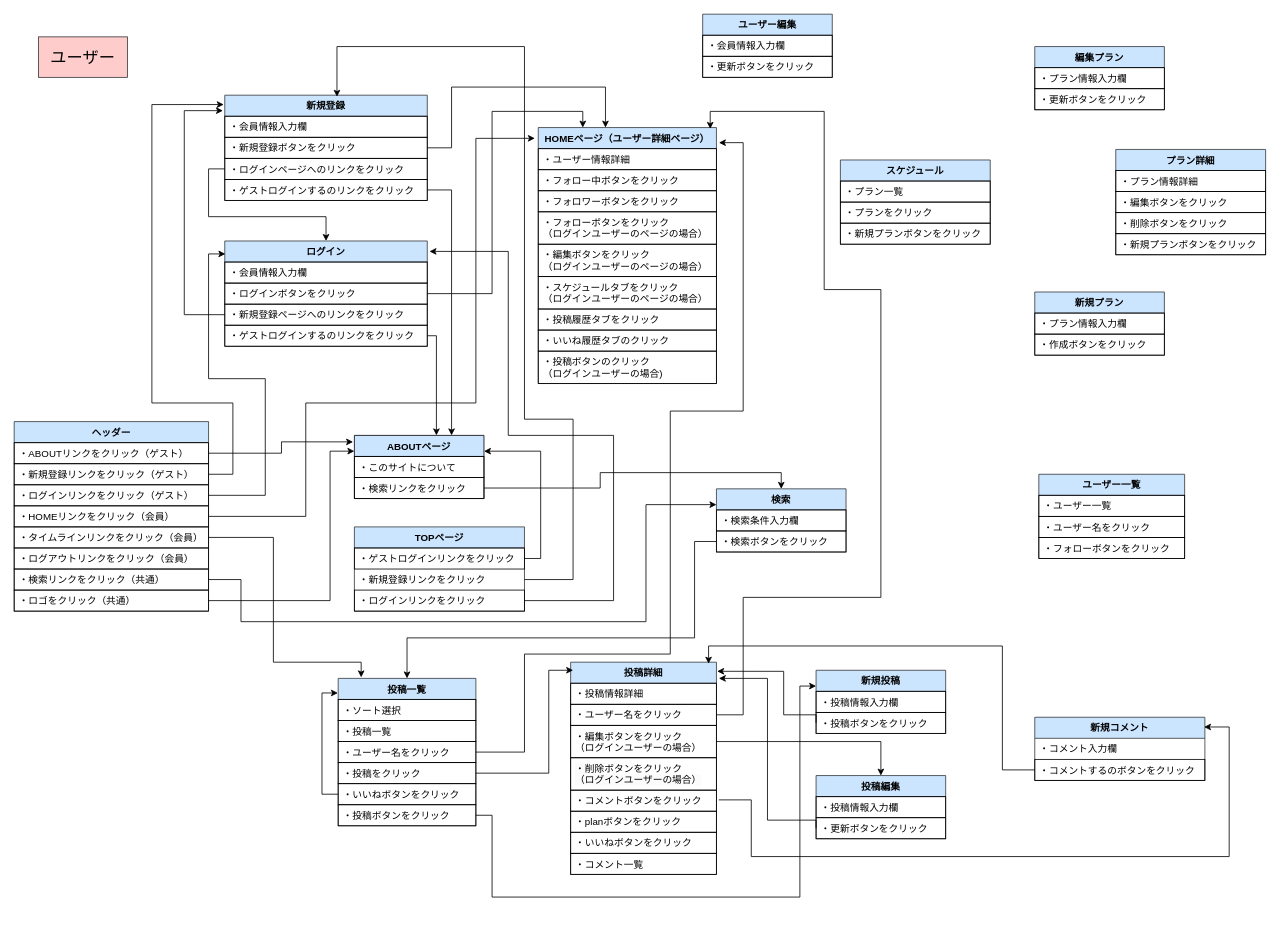
Before: page "user" (1 of 2) of ui_flows.drawio in JunkiYuasa/trip_planning, a draw.io diagram. Source tidied: cells renumbered, new cells numbered last; positions are measured from the earlier drawing's top-left corner, leaving out a move shared by most shapes. Both pictures are drawn from the tidied source at 81%, with x=0, y=0 at pixel (14, 14).
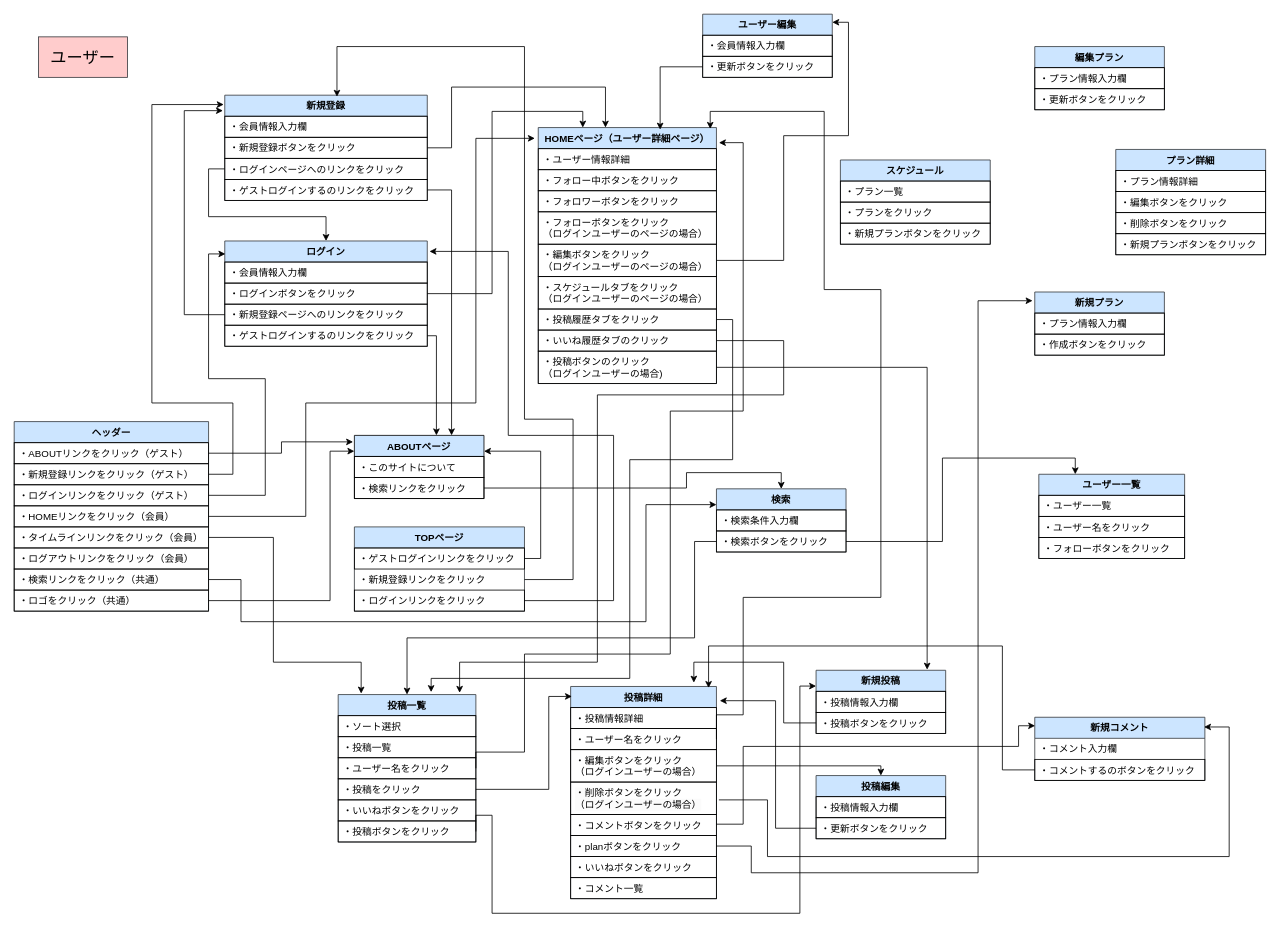
After the change.

Commit message (it also covers changes not shown here):
ui_flows.drawio を更新します

The change refers to these unchanged cells:
```xml
<mxCell id="23" value="・検索リンクをクリック" style="text;strokeColor=default;fillColor=none;align=left;verticalAlign=top;spacingLeft=4;spacingRight=4;overflow=hidden;points=[[0,0.5],[1,0.5]];portConstraint=eastwest;whiteSpace=wrap;html=1;fontFamily=Helvetica;fontSize=12;fontColor=default;" parent="21" vertex="1">
  <mxGeometry y="52" width="160" height="26" as="geometry" />
</mxCell>
<mxCell id="29" value="HOMEページ（ユーザー詳細ページ）" style="swimlane;fontStyle=1;align=center;verticalAlign=top;horizontal=1;startSize=26;whiteSpace=wrap;html=1;strokeColor=#36393d;spacingLeft=4;spacingRight=4;fontFamily=Helvetica;fontSize=12;fillColor=#cce5ff;" parent="1" vertex="1">
  <mxGeometry x="647" y="140" width="220" height="316" as="geometry" />
</mxCell>
<mxCell id="34" value="・編集ボタンをクリック&lt;div&gt;（ログインユーザーのページの場合）&lt;br&gt;&lt;/div&gt;" style="text;strokeColor=default;fillColor=none;align=left;verticalAlign=top;spacingLeft=4;spacingRight=4;overflow=hidden;points=[[0,0.5],[1,0.5]];portConstraint=eastwest;whiteSpace=wrap;html=1;fontFamily=Helvetica;fontSize=12;fontColor=default;" parent="29" vertex="1">
  <mxGeometry y="144" width="220" height="40" as="geometry" />
</mxCell>
<mxCell id="36" value="・投稿履歴タブをクリック" style="text;strokeColor=default;fillColor=none;align=left;verticalAlign=top;spacingLeft=4;spacingRight=4;overflow=hidden;points=[[0,0.5],[1,0.5]];portConstraint=eastwest;whiteSpace=wrap;html=1;fontFamily=Helvetica;fontSize=12;fontColor=default;" parent="29" vertex="1">
  <mxGeometry y="224" width="220" height="26" as="geometry" />
</mxCell>
<mxCell id="37" value="・いいね履歴タブのクリック" style="text;strokeColor=default;fillColor=none;align=left;verticalAlign=top;spacingLeft=4;spacingRight=4;overflow=hidden;points=[[0,0.5],[1,0.5]];portConstraint=eastwest;whiteSpace=wrap;html=1;fontFamily=Helvetica;fontSize=12;fontColor=default;" parent="29" vertex="1">
  <mxGeometry y="250" width="220" height="26" as="geometry" />
</mxCell>
<mxCell id="38" value="・投稿ボタンのクリック&lt;div&gt;（ログインユーザーの場合)&lt;/div&gt;" style="text;strokeColor=default;fillColor=none;align=left;verticalAlign=top;spacingLeft=4;spacingRight=4;overflow=hidden;points=[[0,0.5],[1,0.5]];portConstraint=eastwest;whiteSpace=wrap;html=1;fontFamily=Helvetica;fontSize=12;fontColor=default;" parent="29" vertex="1">
  <mxGeometry y="276" width="220" height="40" as="geometry" />
</mxCell>
<mxCell id="43" value="・投稿をクリック" style="text;strokeColor=default;fillColor=none;align=left;verticalAlign=top;spacingLeft=4;spacingRight=4;overflow=hidden;points=[[0,0.5],[1,0.5]];portConstraint=eastwest;whiteSpace=wrap;html=1;fontFamily=Helvetica;fontSize=12;fontColor=default;" parent="39" vertex="1">
  <mxGeometry y="104" width="170" height="26" as="geometry" />
</mxCell>
<mxCell id="44" value="・いいねボタンをクリック" style="text;strokeColor=default;fillColor=none;align=left;verticalAlign=top;spacingLeft=4;spacingRight=4;overflow=hidden;points=[[0,0.5],[1,0.5]];portConstraint=eastwest;whiteSpace=wrap;html=1;fontFamily=Helvetica;fontSize=12;fontColor=default;" parent="39" vertex="1">
  <mxGeometry y="130" width="170" height="26" as="geometry" />
</mxCell>
<mxCell id="45" value="・投稿ボタンをクリック" style="text;strokeColor=default;fillColor=none;align=left;verticalAlign=top;spacingLeft=4;spacingRight=4;overflow=hidden;points=[[0,0.5],[1,0.5]];portConstraint=eastwest;whiteSpace=wrap;html=1;fontFamily=Helvetica;fontSize=12;fontColor=default;" parent="39" vertex="1">
  <mxGeometry y="156" width="170" height="26" as="geometry" />
</mxCell>
<mxCell id="50" value="・編集ボタンをクリック&lt;div&gt;（ログインユーザーの場合）&lt;/div&gt;" style="text;strokeColor=default;fillColor=none;align=left;verticalAlign=top;spacingLeft=4;spacingRight=4;overflow=hidden;points=[[0,0.5],[1,0.5]];portConstraint=eastwest;whiteSpace=wrap;html=1;fontFamily=Helvetica;fontSize=12;fontColor=default;" parent="47" vertex="1">
  <mxGeometry y="78" width="180" height="40" as="geometry" />
</mxCell>
<mxCell id="53" value="・planボタンをクリック" style="text;strokeColor=default;fillColor=none;align=left;verticalAlign=top;spacingLeft=4;spacingRight=4;overflow=hidden;points=[[0,0.5],[1,0.5]];portConstraint=eastwest;whiteSpace=wrap;html=1;fontFamily=Helvetica;fontSize=12;fontColor=default;" parent="47" vertex="1">
  <mxGeometry y="184" width="180" height="26" as="geometry" />
</mxCell>
<mxCell id="56" value="投稿編集" style="swimlane;fontStyle=1;align=center;verticalAlign=top;horizontal=1;startSize=26;whiteSpace=wrap;html=1;strokeColor=#36393d;spacingLeft=4;spacingRight=4;fontFamily=Helvetica;fontSize=12;fillColor=#cce5ff;" parent="1" vertex="1">
  <mxGeometry x="990" y="940" width="160" height="78" as="geometry" />
</mxCell>
<mxCell id="58" value="・更新ボタンをクリック" style="text;strokeColor=default;fillColor=none;align=left;verticalAlign=top;spacingLeft=4;spacingRight=4;overflow=hidden;points=[[0,0.5],[1,0.5]];portConstraint=eastwest;whiteSpace=wrap;html=1;fontFamily=Helvetica;fontSize=12;fontColor=default;" parent="56" vertex="1">
  <mxGeometry y="52" width="160" height="26" as="geometry" />
</mxCell>
<mxCell id="59" value="新規投稿" style="swimlane;fontStyle=1;align=center;verticalAlign=top;horizontal=1;startSize=26;whiteSpace=wrap;html=1;strokeColor=#36393d;spacingLeft=4;spacingRight=4;fontFamily=Helvetica;fontSize=12;fillColor=#cce5ff;" parent="1" vertex="1">
  <mxGeometry x="990" y="810" width="160" height="78" as="geometry" />
</mxCell>
<mxCell id="61" value="・投稿ボタンをクリック" style="text;strokeColor=default;fillColor=none;align=left;verticalAlign=top;spacingLeft=4;spacingRight=4;overflow=hidden;points=[[0,0.5],[1,0.5]];portConstraint=eastwest;whiteSpace=wrap;html=1;fontFamily=Helvetica;fontSize=12;fontColor=default;" parent="59" vertex="1">
  <mxGeometry y="52" width="160" height="26" as="geometry" />
</mxCell>
<mxCell id="62" value="ユーザー一覧" style="swimlane;fontStyle=1;align=center;verticalAlign=top;horizontal=1;startSize=26;whiteSpace=wrap;html=1;strokeColor=#36393d;spacingLeft=4;spacingRight=4;fontFamily=Helvetica;fontSize=12;fillColor=#cce5ff;" parent="1" vertex="1">
  <mxGeometry x="1265" y="568" width="180" height="104" as="geometry" />
</mxCell>
<mxCell id="66" value="ユーザー編集" style="swimlane;fontStyle=1;align=center;verticalAlign=top;horizontal=1;startSize=26;whiteSpace=wrap;html=1;strokeColor=#36393d;spacingLeft=4;spacingRight=4;fontFamily=Helvetica;fontSize=12;fillColor=#cce5ff;" parent="1" vertex="1">
  <mxGeometry x="850" width="160" height="78" as="geometry" />
</mxCell>
<mxCell id="68" value="・更新ボタンをクリック" style="text;strokeColor=default;fillColor=none;align=left;verticalAlign=top;spacingLeft=4;spacingRight=4;overflow=hidden;points=[[0,0.5],[1,0.5]];portConstraint=eastwest;whiteSpace=wrap;html=1;fontFamily=Helvetica;fontSize=12;fontColor=default;" parent="66" vertex="1">
  <mxGeometry y="52" width="160" height="26" as="geometry" />
</mxCell>
<mxCell id="76" value="新規プラン" style="swimlane;fontStyle=1;align=center;verticalAlign=top;horizontal=1;startSize=26;whiteSpace=wrap;html=1;strokeColor=#36393d;spacingLeft=4;spacingRight=4;fontFamily=Helvetica;fontSize=12;fillColor=#cce5ff;" parent="1" vertex="1">
  <mxGeometry x="1260" y="343" width="160" height="78" as="geometry" />
</mxCell>
<mxCell id="84" value="検索" style="swimlane;fontStyle=1;align=center;verticalAlign=top;horizontal=1;startSize=26;whiteSpace=wrap;html=1;strokeColor=#36393d;spacingLeft=4;spacingRight=4;fontFamily=Helvetica;fontSize=12;fillColor=#cce5ff;" parent="1" vertex="1">
  <mxGeometry x="867" y="586" width="160" height="78" as="geometry" />
</mxCell>
<mxCell id="86" value="・検索ボタンをクリック" style="text;strokeColor=default;fillColor=none;align=left;verticalAlign=top;spacingLeft=4;spacingRight=4;overflow=hidden;points=[[0,0.5],[1,0.5]];portConstraint=eastwest;whiteSpace=wrap;html=1;fontFamily=Helvetica;fontSize=12;fontColor=default;" parent="84" vertex="1">
  <mxGeometry y="52" width="160" height="26" as="geometry" />
</mxCell>
<mxCell id="87" value="新規コメント" style="swimlane;fontStyle=1;align=center;verticalAlign=top;horizontal=1;startSize=26;whiteSpace=wrap;html=1;strokeColor=#36393d;spacingLeft=4;spacingRight=4;fontFamily=Helvetica;fontSize=12;fillColor=#cce5ff;" parent="1" vertex="1">
  <mxGeometry x="1260" y="868" width="210" height="78" as="geometry" />
</mxCell>
```

The edit, as a diff of the source:
```diff
@@
     <mxCell id="39" value="投稿一覧" style="swimlane;fontStyle=1;align=center;verticalAlign=top;horizontal=1;startSize=26;whiteSpace=wrap;html=1;strokeColor=#36393d;spacingLeft=4;spacingRight=4;fontFamily=Helvetica;fontSize=12;fillColor=#cce5ff;" parent="1" vertex="1">
-      <mxGeometry x="400" y="820" width="170" height="182" as="geometry" />
+      <mxGeometry x="400" y="840" width="170" height="182" as="geometry" />
     </mxCell>
@@
-    <mxCell id="46" style="edgeStyle=orthogonalEdgeStyle;rounded=0;jettySize=auto;html=1;exitX=0;exitY=0.5;exitDx=0;exitDy=0;entryX=-0.002;entryY=0.099;entryDx=0;entryDy=0;entryPerimeter=0;" parent="39" edge="1" source="44" target="39">
-      <mxGeometry relative="1" as="geometry" />
-    </mxCell>
     <mxCell id="47" value="投稿詳細" style="swimlane;fontStyle=1;align=center;verticalAlign=top;horizontal=1;startSize=26;whiteSpace=wrap;html=1;strokeColor=#36393d;spacingLeft=4;spacingRight=4;fontFamily=Helvetica;fontSize=12;fillColor=#cce5ff;" parent="1" vertex="1">
-      <mxGeometry x="687" y="800" width="180" height="262" as="geometry" />
+      <mxGeometry x="687" y="830" width="180" height="262" as="geometry" />
     </mxCell>
@@
     <mxCell id="103" style="edgeStyle=orthogonalEdgeStyle;rounded=0;jettySize=auto;html=1;exitX=1;exitY=0.5;exitDx=0;exitDy=0;entryX=0.5;entryY=0;entryDx=0;entryDy=0;" parent="1" edge="1" source="23" target="84">
-      <mxGeometry relative="1" as="geometry" />
+      <mxGeometry relative="1" as="geometry">
+        <Array as="points">
+          <mxPoint x="830" y="585" />
+          <mxPoint x="830" y="566" />
+          <mxPoint x="947" y="566" />
+        </Array>
+      </mxGeometry>
     </mxCell>
@@
-    <mxCell id="107" style="edgeStyle=orthogonalEdgeStyle;rounded=0;jettySize=auto;html=1;exitX=1;exitY=0.5;exitDx=0;exitDy=0;entryX=0.017;entryY=0.038;entryDx=0;entryDy=0;entryPerimeter=0;" parent="1" edge="1" source="43" target="47">
-      <mxGeometry relative="1" as="geometry">
-        <Array as="points">
-          <mxPoint x="660" y="937" />
-          <mxPoint x="660" y="810" />
-        </Array>
-      </mxGeometry>
-    </mxCell>
     <mxCell id="108" style="edgeStyle=orthogonalEdgeStyle;rounded=0;jettySize=auto;html=1;exitX=1;exitY=0.5;exitDx=0;exitDy=0;entryX=0;entryY=0.25;entryDx=0;entryDy=0;" parent="1" edge="1" source="45" target="59">
       <mxGeometry relative="1" as="geometry">
         <Array as="points">
           <mxPoint x="590" y="989" />
-          <mxPoint x="590" y="1090" />
-          <mxPoint x="970" y="1090" />
+          <mxPoint x="590" y="1110" />
+          <mxPoint x="970" y="1110" />
           <mxPoint x="970" y="829" />
         </Array>
       </mxGeometry>
     </mxCell>
@@
     <mxCell id="111" style="edgeStyle=orthogonalEdgeStyle;rounded=0;jettySize=auto;html=1;exitX=1;exitY=0.5;exitDx=0;exitDy=0;entryX=0.5;entryY=0;entryDx=0;entryDy=0;" parent="1" edge="1" source="50" target="56">
-      <mxGeometry relative="1" as="geometry" />
+      <mxGeometry relative="1" as="geometry">
+        <Array as="points">
+          <mxPoint x="1070" y="928" />
+        </Array>
+      </mxGeometry>
     </mxCell>
     <mxCell id="112" style="edgeStyle=orthogonalEdgeStyle;rounded=0;orthogonalLoop=1;jettySize=auto;html=1;" parent="1" edge="1">
       <mxGeometry relative="1" as="geometry">
         <mxPoint x="870" y="970" as="sourcePoint" />
         <mxPoint x="1469" y="880" as="targetPoint" />
         <Array as="points">
-          <mxPoint x="910" y="970" />
-          <mxPoint x="910" y="1040" />
+          <mxPoint x="930" y="970" />
+          <mxPoint x="930" y="1040" />
           <mxPoint x="1500" y="1040" />
           <mxPoint x="1500" y="880" />
         </Array>
       </mxGeometry>
     </mxCell>
@@
-    <mxCell id="114" style="edgeStyle=orthogonalEdgeStyle;rounded=0;jettySize=auto;html=1;exitX=0;exitY=0.5;exitDx=0;exitDy=0;entryX=1.005;entryY=0.043;entryDx=0;entryDy=0;entryPerimeter=0;" parent="1" edge="1" source="61" target="47">
+    <mxCell id="114" style="edgeStyle=orthogonalEdgeStyle;rounded=0;jettySize=auto;html=1;exitX=0;exitY=0.5;exitDx=0;exitDy=0;entryX=0.845;entryY=-0.018;entryDx=0;entryDy=0;entryPerimeter=0;" parent="1" edge="1" source="61" target="47">
       <mxGeometry relative="1" as="geometry">
         <Array as="points">
-          <mxPoint x="950" y="865" />
-          <mxPoint x="950" y="811" />
+          <mxPoint x="950" y="875" />
+          <mxPoint x="950" y="800" />
+          <mxPoint x="839" y="800" />
         </Array>
       </mxGeometry>
     </mxCell>
-    <mxCell id="115" style="edgeStyle=orthogonalEdgeStyle;rounded=0;jettySize=auto;html=1;exitX=0;exitY=0.5;exitDx=0;exitDy=0;" parent="1" edge="1" source="58">
+    <mxCell id="115" style="edgeStyle=orthogonalEdgeStyle;rounded=0;jettySize=auto;html=1;exitX=0;exitY=0.5;exitDx=0;exitDy=0;entryX=1.023;entryY=0.067;entryDx=0;entryDy=0;entryPerimeter=0;" parent="1" edge="1" source="58" target="47">
       <mxGeometry relative="1" as="geometry">
-        <mxPoint x="870" y="820" as="targetPoint" />
         <Array as="points">
-          <mxPoint x="930" y="995" />
-          <mxPoint x="930" y="820" />
+          <mxPoint x="940" y="1005" />
+          <mxPoint x="940" y="848" />
         </Array>
       </mxGeometry>
     </mxCell>
@@
+    <mxCell id="117" style="edgeStyle=orthogonalEdgeStyle;rounded=0;jettySize=auto;html=1;exitX=1;exitY=0.5;exitDx=0;exitDy=0;entryX=-0.017;entryY=0.138;entryDx=0;entryDy=0;entryPerimeter=0;" parent="1" edge="1" source="53" target="76">
+      <mxGeometry relative="1" as="geometry">
+        <Array as="points">
+          <mxPoint x="910" y="1027" />
+          <mxPoint x="910" y="1060" />
+          <mxPoint x="1190" y="1060" />
+          <mxPoint x="1190" y="354" />
+        </Array>
+      </mxGeometry>
+    </mxCell>
+    <mxCell id="118" style="edgeStyle=orthogonalEdgeStyle;rounded=0;jettySize=auto;html=1;exitX=1;exitY=0.5;exitDx=0;exitDy=0;entryX=0.25;entryY=0;entryDx=0;entryDy=0;" parent="1" edge="1" source="86" target="62">
+      <mxGeometry relative="1" as="geometry" />
+    </mxCell>
+    <mxCell id="119" style="edgeStyle=orthogonalEdgeStyle;rounded=0;jettySize=auto;html=1;exitX=0;exitY=0.5;exitDx=0;exitDy=0;entryX=0.684;entryY=0.008;entryDx=0;entryDy=0;entryPerimeter=0;" parent="1" edge="1" source="68" target="29">
+      <mxGeometry relative="1" as="geometry" />
+    </mxCell>
+    <mxCell id="120" style="edgeStyle=orthogonalEdgeStyle;rounded=0;jettySize=auto;html=1;exitX=1;exitY=0.5;exitDx=0;exitDy=0;entryX=1;entryY=0.128;entryDx=0;entryDy=0;entryPerimeter=0;" parent="1" edge="1" source="34" target="66">
+      <mxGeometry relative="1" as="geometry">
+        <Array as="points">
+          <mxPoint x="950" y="304" />
+          <mxPoint x="950" y="150" />
+          <mxPoint x="1030" y="150" />
+          <mxPoint x="1030" y="10" />
+        </Array>
+      </mxGeometry>
+    </mxCell>
+    <mxCell id="107" style="edgeStyle=orthogonalEdgeStyle;rounded=0;jettySize=auto;html=1;exitX=1;exitY=0.5;exitDx=0;exitDy=0;entryX=0.009;entryY=0.047;entryDx=0;entryDy=0;entryPerimeter=0;" parent="1" edge="1" source="43" target="47">
+      <mxGeometry relative="1" as="geometry">
+        <Array as="points">
+          <mxPoint x="660" y="957" />
+          <mxPoint x="660" y="842" />
+        </Array>
+      </mxGeometry>
+    </mxCell>
+    <mxCell id="121" style="edgeStyle=orthogonalEdgeStyle;rounded=0;jettySize=auto;html=1;entryX=0.002;entryY=0.135;entryDx=0;entryDy=0;entryPerimeter=0;" parent="1" edge="1" target="87">
+      <mxGeometry relative="1" as="geometry">
+        <mxPoint x="867" y="1000" as="sourcePoint" />
+        <Array as="points">
+          <mxPoint x="900" y="1000" />
+          <mxPoint x="900" y="904" />
+          <mxPoint x="1240" y="904" />
+          <mxPoint x="1240" y="879" />
+        </Array>
+      </mxGeometry>
+    </mxCell>
+    <mxCell id="122" style="edgeStyle=orthogonalEdgeStyle;rounded=0;jettySize=auto;html=1;exitX=1;exitY=0.5;exitDx=0;exitDy=0;entryX=0.857;entryY=-0.01;entryDx=0;entryDy=0;entryPerimeter=0;" parent="1" edge="1" source="38" target="59">
+      <mxGeometry relative="1" as="geometry" />
+    </mxCell>
+    <mxCell id="123" style="edgeStyle=orthogonalEdgeStyle;rounded=0;jettySize=auto;html=1;exitX=1;exitY=0.5;exitDx=0;exitDy=0;entryX=0.675;entryY=-0.017;entryDx=0;entryDy=0;entryPerimeter=0;" parent="1" edge="1" source="36" target="39">
+      <mxGeometry relative="1" as="geometry">
+        <Array as="points">
+          <mxPoint x="887" y="377" />
+          <mxPoint x="887" y="550" />
+          <mxPoint x="760" y="550" />
+          <mxPoint x="760" y="820" />
+          <mxPoint x="515" y="820" />
+        </Array>
+      </mxGeometry>
+    </mxCell>
+    <mxCell id="124" style="edgeStyle=orthogonalEdgeStyle;rounded=0;jettySize=auto;html=1;exitX=1;exitY=0.5;exitDx=0;exitDy=0;entryX=0.882;entryY=-0.012;entryDx=0;entryDy=0;entryPerimeter=0;" parent="1" edge="1" source="37" target="39">
+      <mxGeometry relative="1" as="geometry">
+        <Array as="points">
+          <mxPoint x="950" y="403" />
+          <mxPoint x="950" y="470" />
+          <mxPoint x="720" y="470" />
+          <mxPoint x="720" y="800" />
+          <mxPoint x="550" y="800" />
+        </Array>
+      </mxGeometry>
+    </mxCell>
```
